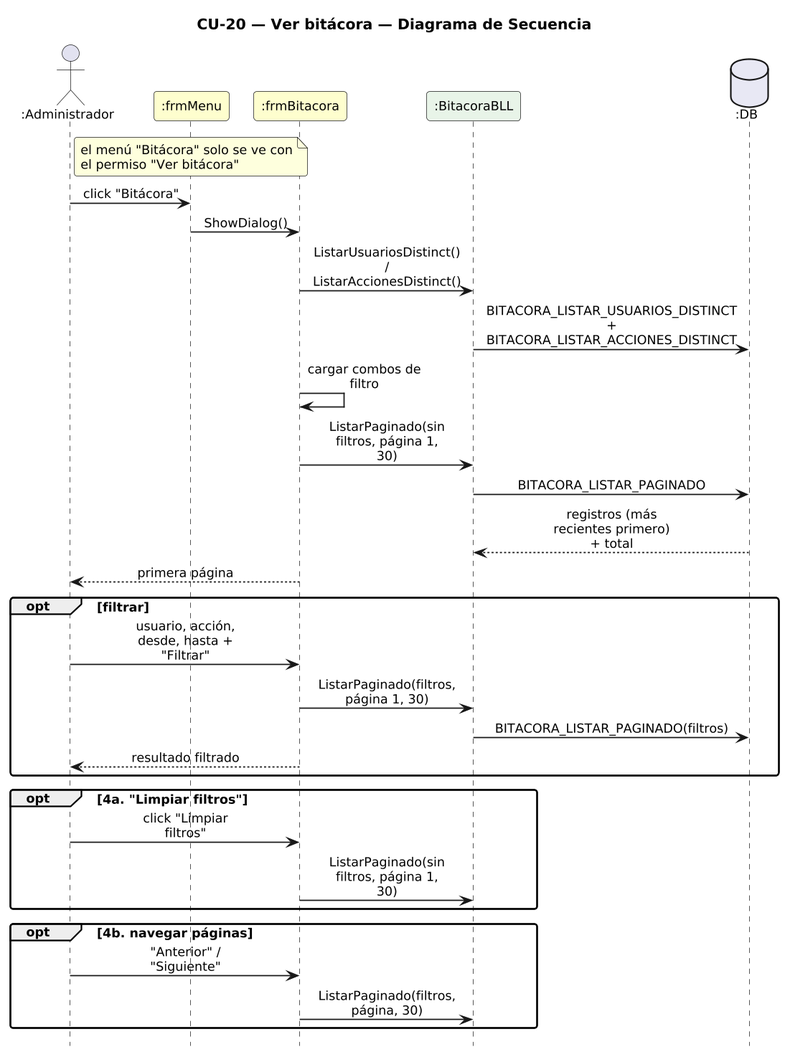
The PlantUML diagram DIAGRAMAS/DiagramaSecuencia_CU20_VerBitacora.png in Urrels/ingenieria_software, before a commit.
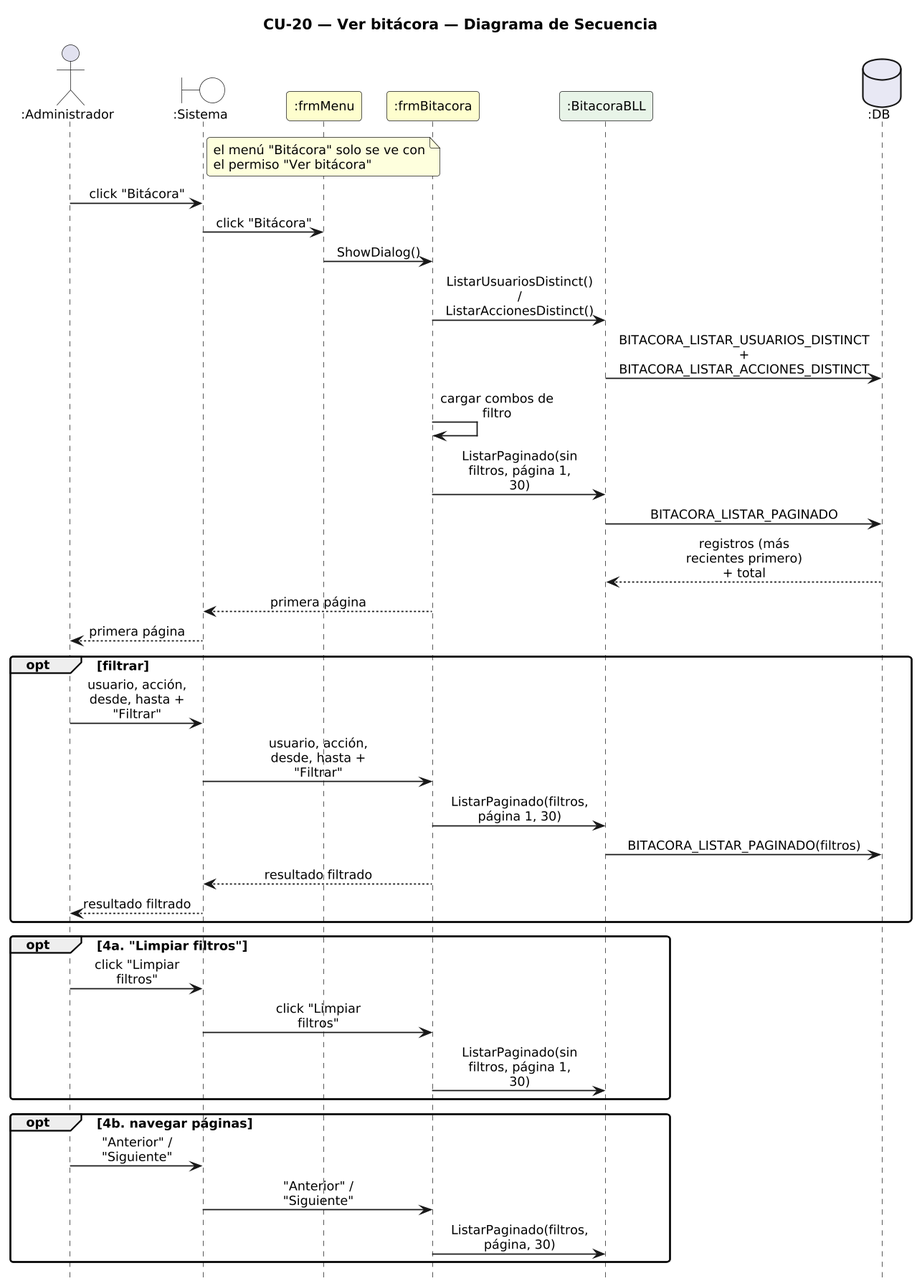
Above is the later version.

The edit, as a diff of the source:
```diff
@@ -14,13 +14,15 @@
 hide footbox
 
 actor ":Administrador" as A
+boundary ":Sistema" as SYS #FFFFFF
 participant ":frmMenu" as M #FEFECE
 participant ":frmBitacora" as F #FEFECE
 participant ":BitacoraBLL" as B #E8F4E8
 database ":DB" as DB #E8E8F4
 
 note over M : el menú "Bitácora" solo se ve con\nel permiso "Ver bitácora"
-A -> M : click "Bitácora"
+A -> SYS : click "Bitácora"
+SYS -> M : click "Bitácora"
 M -> F : ShowDialog()
 F -> B : ListarUsuariosDistinct() / ListarAccionesDistinct()
 B -> DB : BITACORA_LISTAR_USUARIOS_DISTINCT\n+ BITACORA_LISTAR_ACCIONES_DISTINCT
@@ -28,19 +30,24 @@
 F -> B : ListarPaginado(sin filtros, página 1, 30)
 B -> DB : BITACORA_LISTAR_PAGINADO
 DB --> B : registros (más recientes primero) + total
-F --> A : primera página
+F --> SYS : primera página
+SYS --> A : primera página
 opt filtrar
-  A -> F : usuario, acción, desde, hasta + "Filtrar"
+  A -> SYS : usuario, acción, desde, hasta + "Filtrar"
+  SYS -> F : usuario, acción, desde, hasta + "Filtrar"
   F -> B : ListarPaginado(filtros, página 1, 30)
   B -> DB : BITACORA_LISTAR_PAGINADO(filtros)
-  F --> A : resultado filtrado
+  F --> SYS : resultado filtrado
+  SYS --> A : resultado filtrado
 end
 opt 4a. "Limpiar filtros"
-  A -> F : click "Limpiar filtros"
+  A -> SYS : click "Limpiar filtros"
+  SYS -> F : click "Limpiar filtros"
   F -> B : ListarPaginado(sin filtros, página 1, 30)
 end
 opt 4b. navegar páginas
-  A -> F : "Anterior" / "Siguiente"
+  A -> SYS : "Anterior" / "Siguiente"
+  SYS -> F : "Anterior" / "Siguiente"
   F -> B : ListarPaginado(filtros, página, 30)
 end
 
```
